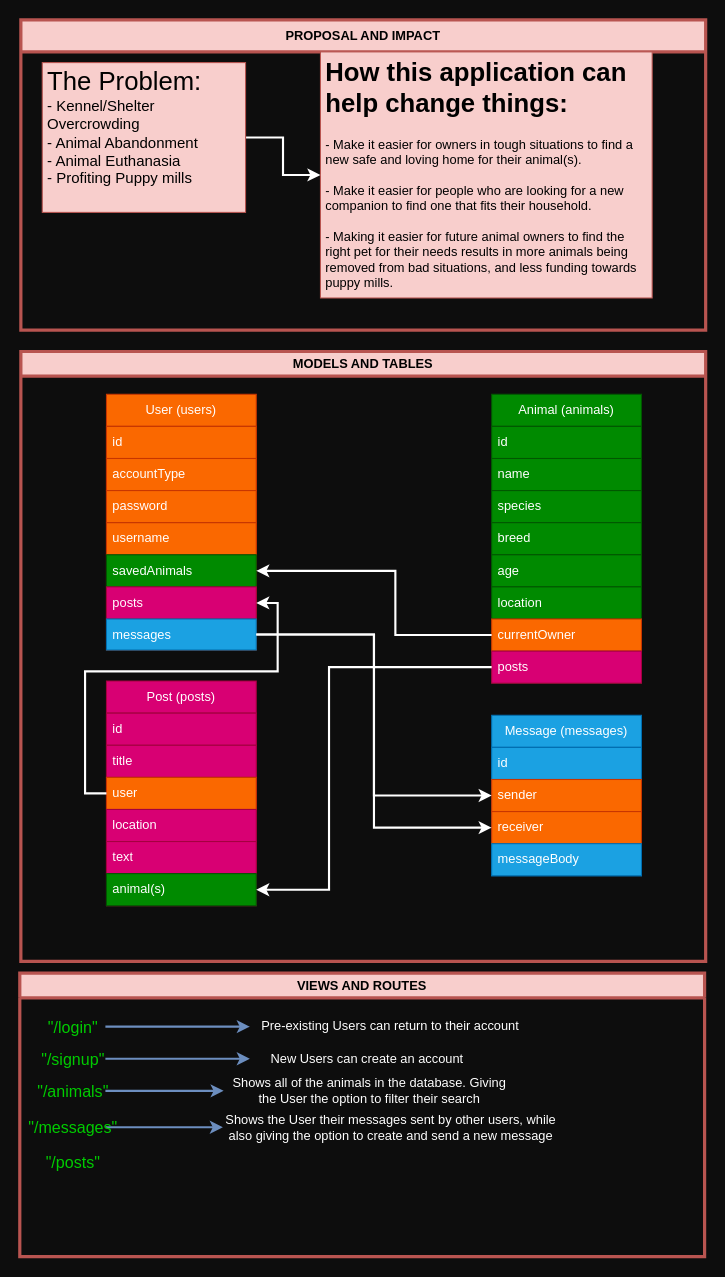
Earlier version of the draw.io diagram Untitled Diagram.drawio (kammau/Animal-Share). Source tidied: cells renumbered, new cells numbered last; positions are measured from the earlier drawing's top-left corner, leaving out a move shared by most shapes. Both pictures are drawn from the tidied source at 107%, with x=0, y=0 at pixel (19, 19).
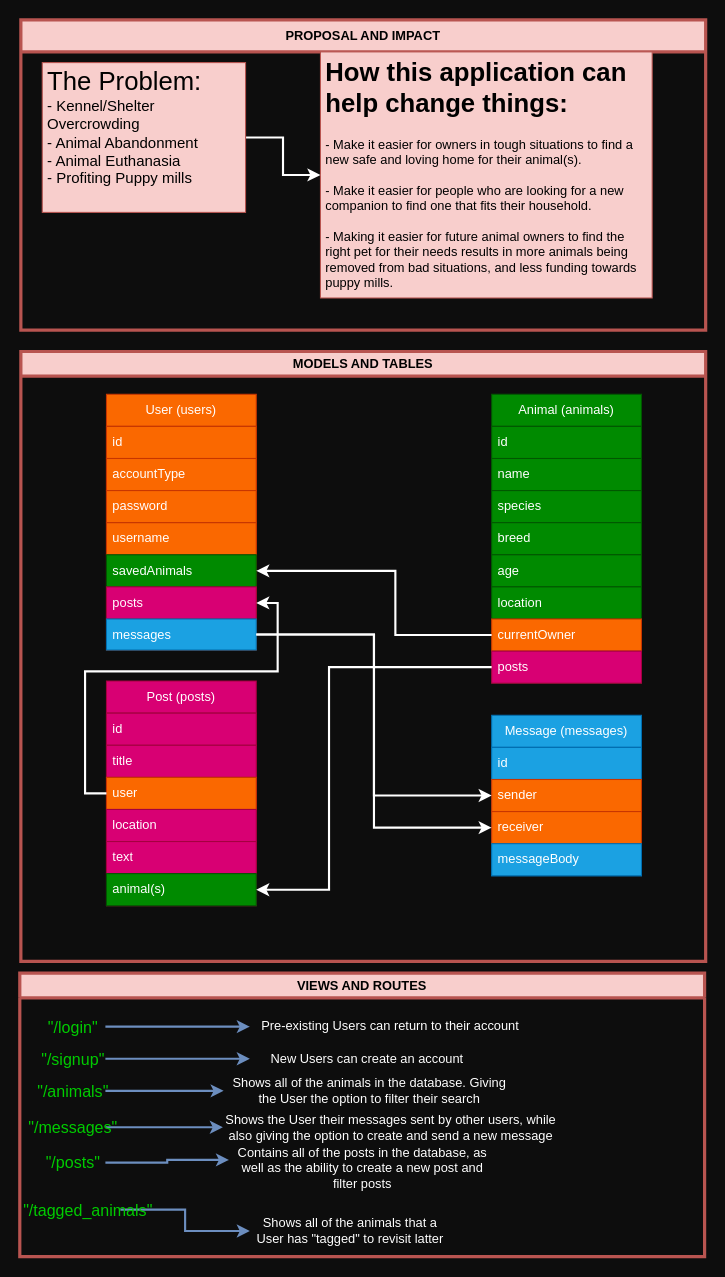
Above is the later version.

The change refers to these unchanged cells:
```xml
<mxCell id="41" value="VIEWS AND ROUTES" style="swimlane;whiteSpace=wrap;html=1;fillColor=#f8cecc;strokeColor=#b85450;strokeWidth=3;" parent="1" vertex="1">
  <mxGeometry y="891" width="640" height="265" as="geometry" />
</mxCell>
<mxCell id="50" value="&quot;/posts&quot;" style="text;html=1;strokeColor=none;fillColor=none;align=center;verticalAlign=middle;whiteSpace=wrap;rounded=0;fontSize=15;fontColor=#00CC00;" parent="41" vertex="1">
  <mxGeometry x="20" y="162" width="60" height="30" as="geometry" />
</mxCell>
```

Diff of the diagram source:
```diff
@@
+    <mxCell id="55" style="edgeStyle=orthogonalEdgeStyle;rounded=0;jettySize=auto;html=1;entryX=0;entryY=0.25;entryDx=0;entryDy=0;fillColor=#dae8fc;strokeColor=#6c8ebf;strokeWidth=2;" parent="41" edge="1" source="50" target="56">
+      <mxGeometry relative="1" as="geometry" />
+    </mxCell>
@@
+    <mxCell id="56" value="Contains all of the posts in the database, as well as the ability to create a new post and filter posts" style="text;html=1;strokeColor=none;fillColor=none;align=center;verticalAlign=middle;whiteSpace=wrap;rounded=0;fontColor=#FFFFFF;" parent="41" vertex="1">
+      <mxGeometry x="195.5" y="167" width="249" height="30" as="geometry" />
+    </mxCell>
+    <mxCell id="57" style="edgeStyle=orthogonalEdgeStyle;rounded=0;jettySize=auto;html=1;entryX=0;entryY=0.5;entryDx=0;entryDy=0;fillColor=#dae8fc;strokeColor=#6c8ebf;strokeWidth=2;" parent="41" edge="1" source="58" target="59">
+      <mxGeometry relative="1" as="geometry" />
+    </mxCell>
+    <mxCell id="58" value="&quot;/tagged_animals&quot;" style="text;html=1;strokeColor=none;fillColor=none;align=center;verticalAlign=middle;whiteSpace=wrap;rounded=0;fontColor=#00CC00;fontSize=15;" parent="41" vertex="1">
+      <mxGeometry x="34" y="206" width="60" height="30" as="geometry" />
+    </mxCell>
+    <mxCell id="59" value="Shows all of the animals that a User has &quot;tagged&quot; to revisit latter" style="text;html=1;strokeColor=none;fillColor=none;align=center;verticalAlign=middle;whiteSpace=wrap;rounded=0;fontColor=#FFFFFF;" parent="41" vertex="1">
+      <mxGeometry x="215" y="226" width="188" height="30" as="geometry" />
+    </mxCell>
```
